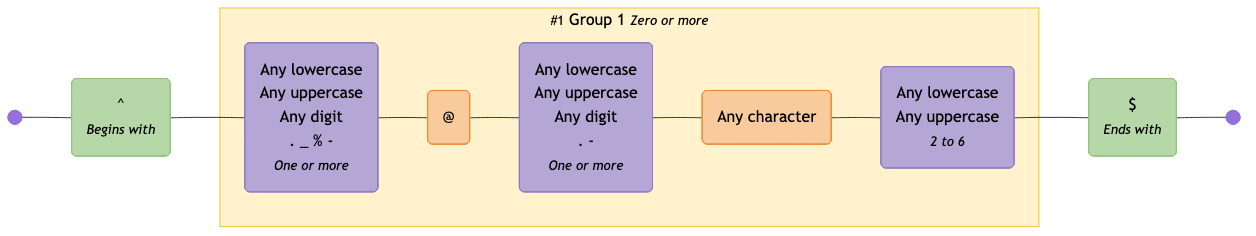
Earlier version of the Mermaid export diagrams/email-address.mermaid-diagram.png (tayles/regex-to-mermaid). Its source is kept beside it as diagrams/email-address.mermaid.
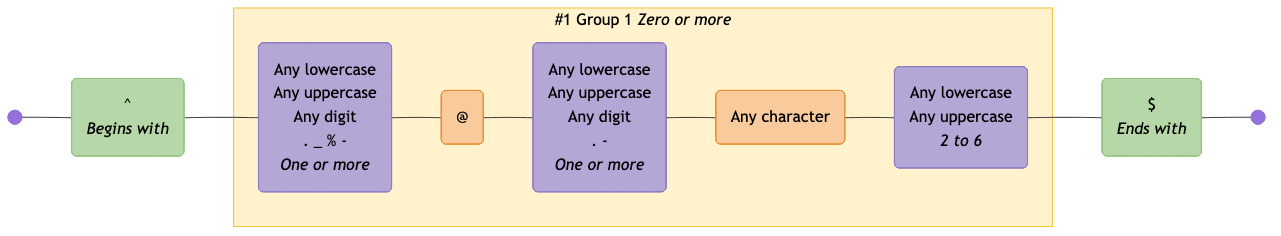
After the commit.

The edit, as a diff of the source:
```diff
@@ -4,15 +4,15 @@
 
   start@{ shape: f-circ };
   fin@{ shape: f-circ };
-  assertion_1("^<br><i><small>Begins with</small></i>"):::assertion;
-  char_class_1("Any lowercase<br>Any uppercase<br>Any digit<br>. _ % -<br><i><small>One or more</small></i>"):::char-class;
+  assertion_1("^<br><i>Begins with</i>"):::assertion;
+  char_class_1("Any lowercase<br>Any uppercase<br>Any digit<br>. _ % -<br><i>One or more</i>"):::char-class;
   literal_1("@"):::literal;
-  char_class_2("Any lowercase<br>Any uppercase<br>Any digit<br>. -<br><i><small>One or more</small></i>"):::char-class;
+  char_class_2("Any lowercase<br>Any uppercase<br>Any digit<br>. -<br><i>One or more</i>"):::char-class;
   literal_2("Any character"):::literal;
-  char_class_3("Any lowercase<br>Any uppercase<br><i><small>2 to 6</small></i>"):::char-class;
-  assertion_2("$<br><i><small>Ends with</small></i>"):::assertion;
+  char_class_3("Any lowercase<br>Any uppercase<br><i>2 to 6</i>"):::char-class;
+  assertion_2("$<br><i>Ends with</i>"):::assertion;
 
-  subgraph standard_1 ["<small>#1</small> Group 1 <small><i>Zero or more</i></small>"]
+  subgraph standard_1 ["#1 Group 1 <i>Zero or more</i>"]
     char_class_1
     literal_1
     char_class_2
```
